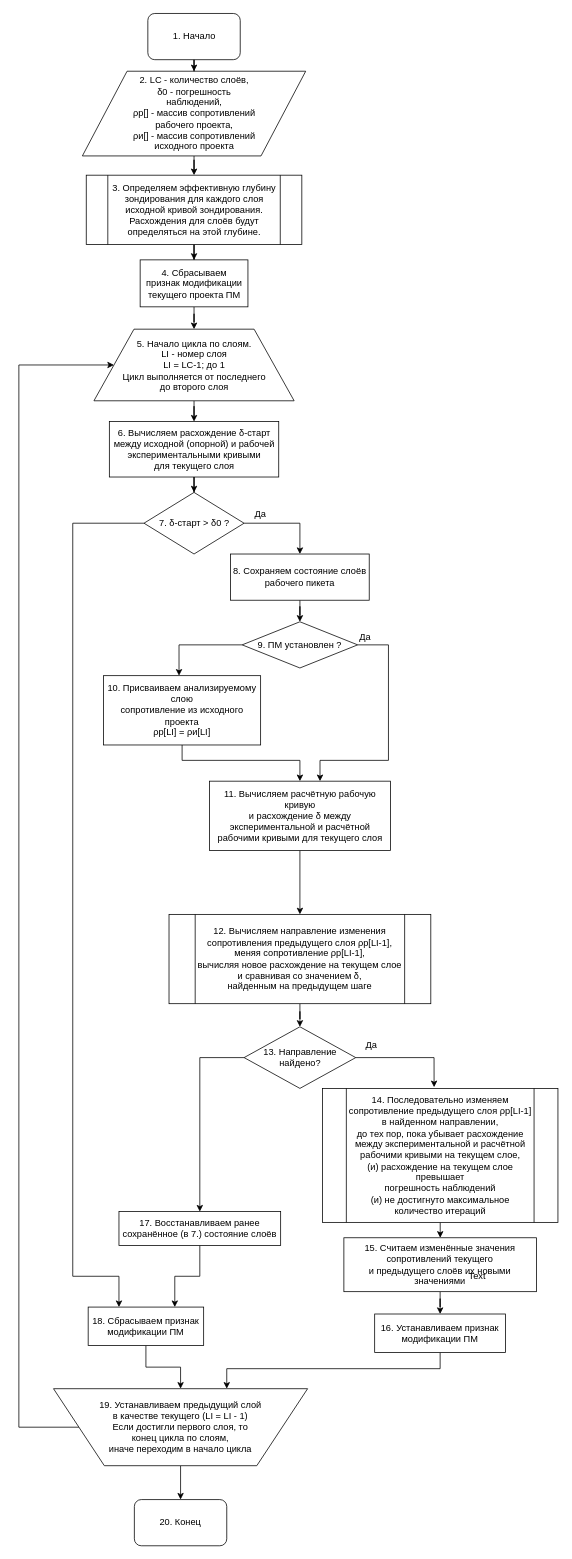
This is Новый алгоритм количественного мониторинга.drawio from svm-elwin/Diagrams, a draw.io file, before an edit. Source tidied: cells renumbered, new cells numbered last; positions are measured from the earlier drawing's top-left corner, leaving out a move shared by most shapes. Both pictures are drawn from the tidied source at 77%, with x=0, y=0 at pixel (18, 13).
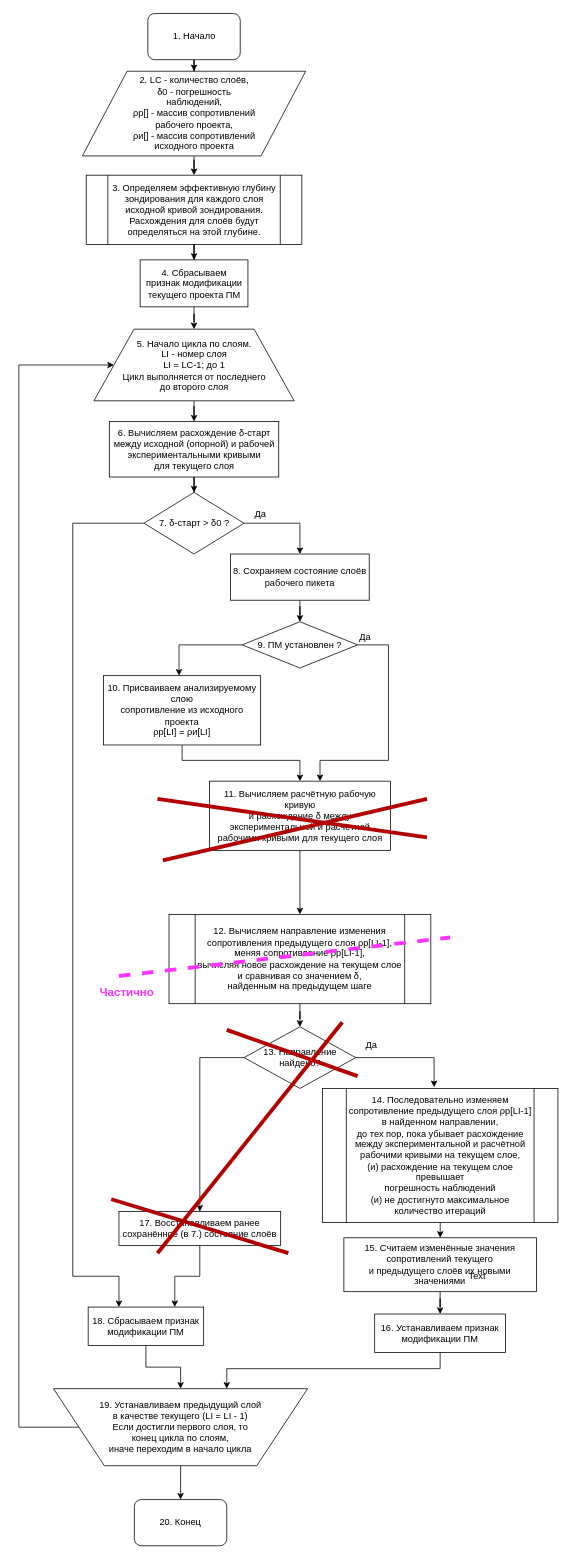
After the change.

Diff of the diagram source:
```diff
@@
+    <mxCell id="49" style="endArrow=none;html=1;fillColor=#e51400;strokeColor=#B20000;strokeWidth=5;" parent="1" edge="1">
+      <mxGeometry relative="1" as="geometry">
+        <mxPoint x="187" y="1100" as="sourcePoint" />
+        <mxPoint x="530" y="1020" as="targetPoint" />
+      </mxGeometry>
+    </mxCell>
+    <mxCell id="50" style="endArrow=none;html=1;fillColor=#e51400;strokeColor=#B20000;strokeWidth=5;" parent="1" edge="1">
+      <mxGeometry relative="1" as="geometry">
+        <mxPoint x="180" y="1020" as="sourcePoint" />
+        <mxPoint x="530" y="1070" as="targetPoint" />
+      </mxGeometry>
+    </mxCell>
+    <mxCell id="51" style="endArrow=none;dashed=1;html=1;strokeWidth=5;fillColor=#fa6800;strokeColor=#FF33FF;" parent="1" edge="1">
+      <mxGeometry relative="1" as="geometry">
+        <mxPoint x="130" y="1250" as="sourcePoint" />
+        <mxPoint x="560" y="1200" as="targetPoint" />
+      </mxGeometry>
+    </mxCell>
+    <mxCell id="52" value="Частично" style="text;html=1;align=center;verticalAlign=middle;labelBackgroundColor=#ffffff;fontColor=#FF33FF;fontStyle=1;fontSize=15;" parent="51" vertex="1">
+      <mxGeometry x="-0.83" y="-2" relative="1" as="geometry">
+        <mxPoint x="-27" y="22.3" as="offset" />
+      </mxGeometry>
+    </mxCell>
+    <mxCell id="53" style="endArrow=none;html=1;fillColor=#e51400;strokeColor=#B20000;strokeWidth=5;" parent="1" edge="1">
+      <mxGeometry relative="1" as="geometry">
+        <mxPoint x="180" y="1610" as="sourcePoint" />
+        <mxPoint x="420" y="1310" as="targetPoint" />
+      </mxGeometry>
+    </mxCell>
+    <mxCell id="54" style="endArrow=none;html=1;fillColor=#e51400;strokeColor=#B20000;strokeWidth=5;" parent="1" edge="1">
+      <mxGeometry relative="1" as="geometry">
+        <mxPoint x="120" y="1540" as="sourcePoint" />
+        <mxPoint x="350" y="1610" as="targetPoint" />
+      </mxGeometry>
+    </mxCell>
+    <mxCell id="55" style="endArrow=none;html=1;fillColor=#e51400;strokeColor=#B20000;strokeWidth=5;" parent="1" edge="1">
+      <mxGeometry relative="1" as="geometry">
+        <mxPoint x="270" y="1320" as="sourcePoint" />
+        <mxPoint x="440" y="1380" as="targetPoint" />
+      </mxGeometry>
+    </mxCell>
```
